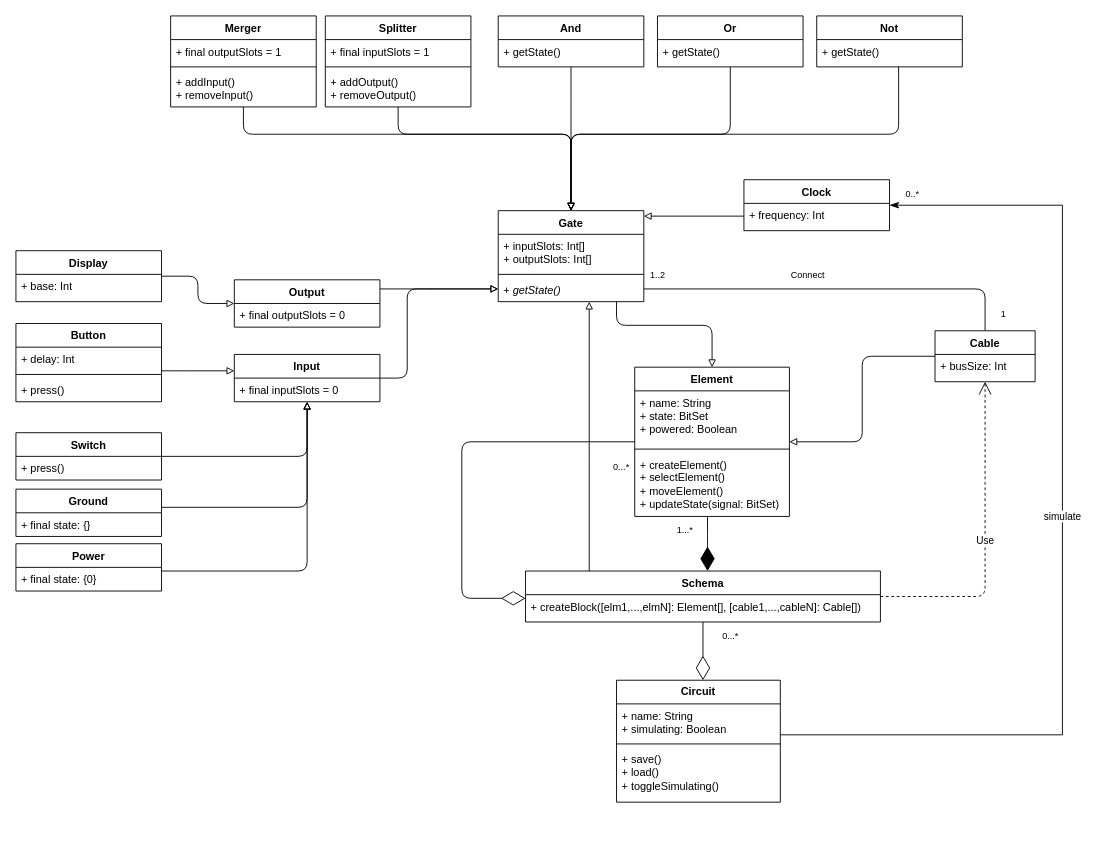
Above: page "Class Diagram" (2 of 3) of UML.dio in ShadowoftheRedFox/LogiCYm (draw.io), before the change. Source tidied: cells renumbered, new cells numbered last; positions are measured from the earlier drawing's top-left corner, leaving out a move shared by most shapes. Both pictures are drawn from the tidied source at 91%, with x=0, y=0 at pixel (15, 15).
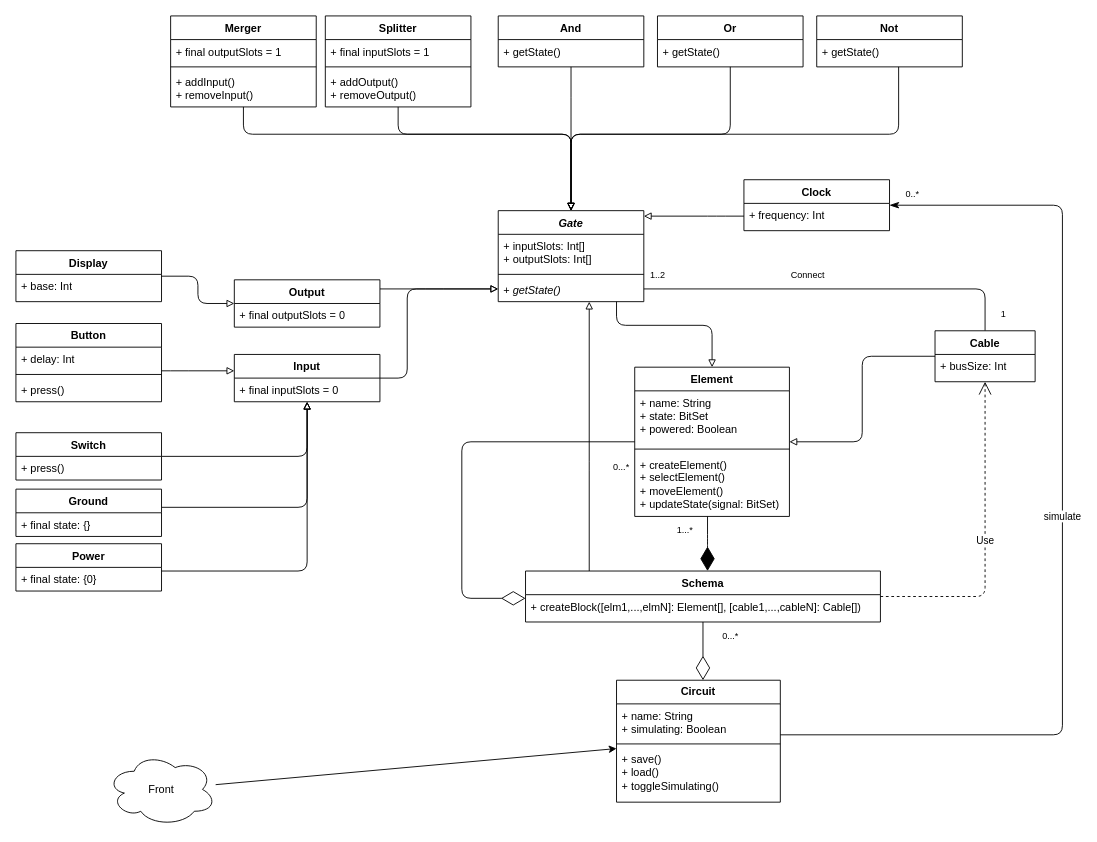
After the change.

The change refers to these unchanged cells:
```xml
<mxCell id="7" value="&lt;b&gt;Circuit&lt;/b&gt;" style="swimlane;fontStyle=0;horizontal=1;startSize=26;fillColor=none;whiteSpace=wrap;html=1;" parent="1" vertex="1">
  <mxGeometry x="660" y="730" width="180" height="134" as="geometry" />
</mxCell>
<mxCell id="13" value="Cable" style="swimlane;fontStyle=1;align=center;verticalAlign=top;horizontal=1;startSize=26;whiteSpace=wrap;html=1;" parent="1" vertex="1">
  <mxGeometry x="1010" y="346" width="110" height="56" as="geometry" />
</mxCell>
<mxCell id="25" value="Clock" style="swimlane;fontStyle=1;align=center;verticalAlign=top;horizontal=1;startSize=26;whiteSpace=wrap;html=1;" parent="1" vertex="1">
  <mxGeometry x="800" y="180" width="160" height="56" as="geometry" />
</mxCell>
```

The edit, as a diff of the source:
```diff
@@
-    <mxCell id="12" style="edgeStyle=orthogonalEdgeStyle;html=1;endArrow=none;endFill=0;" parent="1" edge="1" source="13" target="20">
+    <mxCell id="12" style="edgeStyle=orthogonalEdgeStyle;html=1;endArrow=none;endFill=0;flowAnimation=1;" parent="1" edge="1" source="13" target="20">
       <mxGeometry relative="1" as="geometry">
         <Array as="points">
           <mxPoint x="1065" y="300" />
         </Array>
       </mxGeometry>
     </mxCell>
@@
-    <mxCell id="20" value="Gate" style="swimlane;fontStyle=1;align=center;verticalAlign=top;horizontal=1;startSize=26;whiteSpace=wrap;html=1;" parent="1" vertex="1">
+    <mxCell id="20" value="&lt;i&gt;Gate&lt;/i&gt;" style="swimlane;fontStyle=1;align=center;verticalAlign=top;horizontal=1;startSize=26;whiteSpace=wrap;html=1;" parent="1" vertex="1">
       <mxGeometry x="530" y="214" width="160" height="100" as="geometry" />
     </mxCell>
@@
-    <mxCell id="44" value="simulate" style="html=1;verticalAlign=bottom;endArrow=classicThin;endSize=8;rounded=0;flowAnimation=1;edgeStyle=orthogonalEdgeStyle;endFill=1;" parent="1" edge="1" source="7" target="25">
+    <mxCell id="44" value="simulate" style="html=1;verticalAlign=bottom;endArrow=classicThin;endSize=8;rounded=1;flowAnimation=1;edgeStyle=orthogonalEdgeStyle;endFill=1;curved=0;" parent="1" edge="1" source="7" target="25">
       <mxGeometry relative="1" as="geometry">
         <Array as="points">
           <mxPoint x="1150" y="790" />
           <mxPoint x="1150" y="208" />
         </Array>
       </mxGeometry>
     </mxCell>
@@
+    <mxCell id="79" style="edgeStyle=none;html=1;" parent="1" edge="1" source="80" target="7">
+      <mxGeometry relative="1" as="geometry" />
+    </mxCell>
+    <mxCell id="80" value="Front" style="ellipse;shape=cloud;whiteSpace=wrap;html=1;" parent="1" vertex="1">
+      <mxGeometry x="100" y="810" width="120" height="80" as="geometry" />
+    </mxCell>
```
